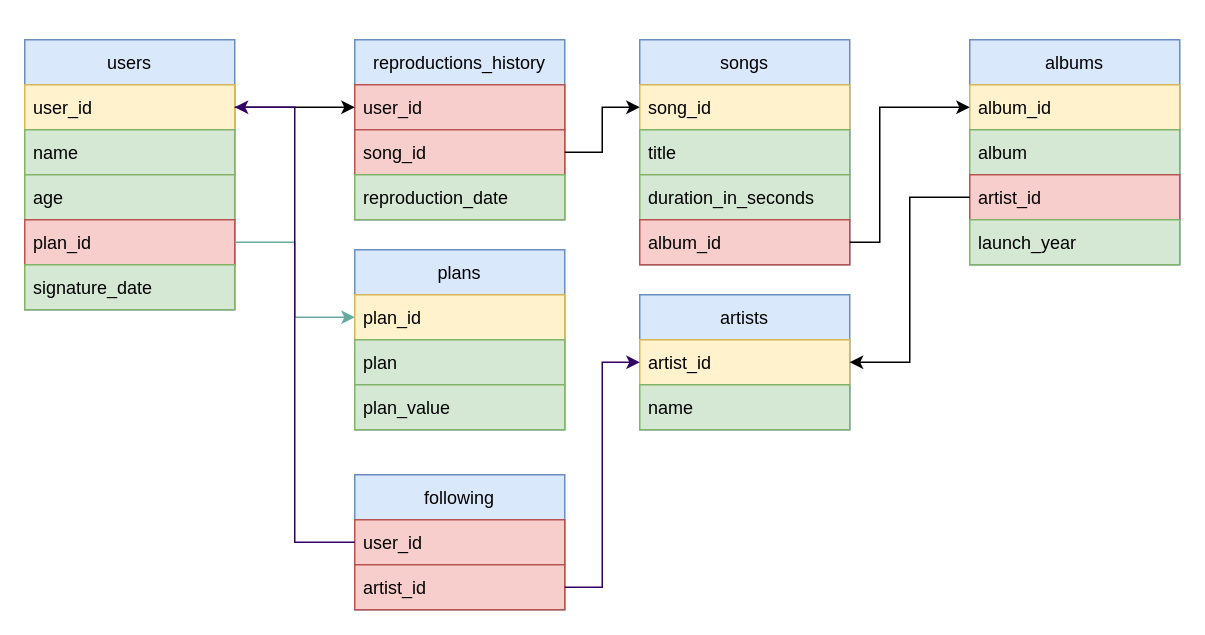
breno5g/trybe-exercicios keeps this draw.io diagram as back-end/bloco-21-funcoes-sql-joins-e-normalizacao/dia-3-transformando-ideias-em-um-modelo-de-banco-de-dados/spotify_database_normalized.drawio. Above is the earlier version. Source tidied: cells renumbered, new cells numbered last; positions are measured from the earlier drawing's top-left corner, leaving out a move shared by most shapes. Both pictures are drawn from the tidied source at 150%, with x=0, y=0 at pixel (24, 39).
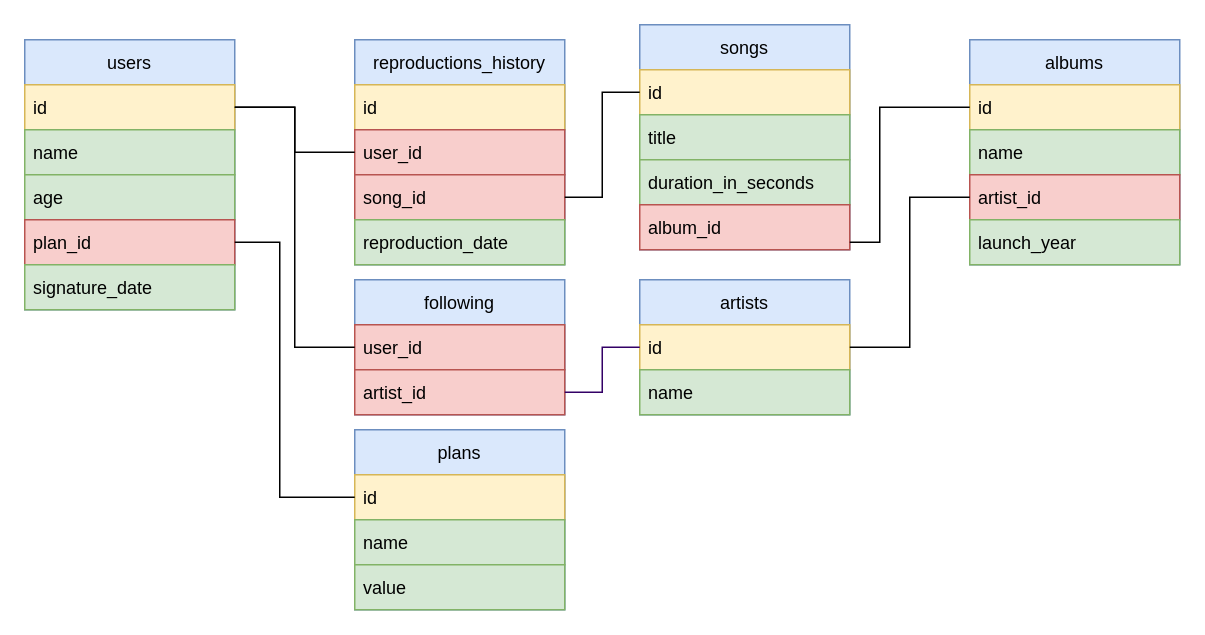
The same diagram, later.

The change refers to these unchanged cells:
```xml
<mxCell id="2" value="users" style="swimlane;fontStyle=0;horizontal=1;startSize=30;fillColor=#dae8fc;strokeColor=#6c8ebf;" parent="1" vertex="1">
  <mxGeometry width="140" height="180" as="geometry" />
</mxCell>
<mxCell id="6" value="plan_id" style="text;strokeColor=#b85450;fillColor=#f8cecc;align=left;verticalAlign=middle;spacingLeft=4;spacingRight=4;overflow=hidden;points=[[0,0.5],[1,0.5]];portConstraint=eastwest;" parent="2" vertex="1">
  <mxGeometry y="120" width="140" height="30" as="geometry" />
</mxCell>
<mxCell id="22" value="album_id" style="text;strokeColor=#b85450;fillColor=#f8cecc;align=left;verticalAlign=middle;spacingLeft=4;spacingRight=4;overflow=hidden;points=[[0,0.5],[1,0.5]];portConstraint=eastwest;" parent="18" vertex="1">
  <mxGeometry y="120" width="140" height="30" as="geometry" />
</mxCell>
<mxCell id="24" value="albums" style="swimlane;fontStyle=0;horizontal=1;startSize=30;fillColor=#dae8fc;strokeColor=#6c8ebf;" parent="1" vertex="1">
  <mxGeometry x="630" width="140" height="150" as="geometry" />
</mxCell>
<mxCell id="27" value="artist_id" style="text;strokeColor=#b85450;fillColor=#f8cecc;align=left;verticalAlign=middle;spacingLeft=4;spacingRight=4;overflow=hidden;points=[[0,0.5],[1,0.5]];portConstraint=eastwest;" parent="24" vertex="1">
  <mxGeometry y="90" width="140" height="30" as="geometry" />
</mxCell>
<mxCell id="35" value="user_id" style="text;strokeColor=#b85450;fillColor=#f8cecc;align=left;verticalAlign=middle;spacingLeft=4;spacingRight=4;overflow=hidden;points=[[0,0.5],[1,0.5]];portConstraint=eastwest;" parent="34" vertex="1">
  <mxGeometry y="30" width="140" height="30" as="geometry" />
</mxCell>
<mxCell id="36" value="artist_id" style="text;strokeColor=#b85450;fillColor=#f8cecc;align=left;verticalAlign=middle;spacingLeft=4;spacingRight=4;overflow=hidden;points=[[0,0.5],[1,0.5]];portConstraint=eastwest;" parent="34" vertex="1">
  <mxGeometry y="60" width="140" height="30" as="geometry" />
</mxCell>
```

The edit, as a diff of the source:
```diff
@@
-    <mxCell id="3" value="user_id" style="text;strokeColor=#d6b656;fillColor=#fff2cc;align=left;verticalAlign=middle;spacingLeft=4;spacingRight=4;overflow=hidden;points=[[0,0.5],[1,0.5]];portConstraint=eastwest;" parent="2" vertex="1">
+    <mxCell id="3" value="id" style="text;strokeColor=#d6b656;fillColor=#fff2cc;align=left;verticalAlign=middle;spacingLeft=4;spacingRight=4;overflow=hidden;points=[[0,0.5],[1,0.5]];portConstraint=eastwest;" parent="2" vertex="1">
       <mxGeometry y="30" width="140" height="30" as="geometry" />
     </mxCell>
@@
     <mxCell id="8" value="plans" style="swimlane;fontStyle=0;horizontal=1;startSize=30;fillColor=#dae8fc;strokeColor=#6c8ebf;" parent="1" vertex="1">
-      <mxGeometry x="220" y="140" width="140" height="120" as="geometry" />
+      <mxGeometry x="220" y="260" width="140" height="120" as="geometry" />
     </mxCell>
-    <mxCell id="9" value="plan_id" style="text;strokeColor=#d6b656;fillColor=#fff2cc;align=left;verticalAlign=middle;spacingLeft=4;spacingRight=4;overflow=hidden;points=[[0,0.5],[1,0.5]];portConstraint=eastwest;" parent="8" vertex="1">
+    <mxCell id="9" value="id" style="text;strokeColor=#d6b656;fillColor=#fff2cc;align=left;verticalAlign=middle;spacingLeft=4;spacingRight=4;overflow=hidden;points=[[0,0.5],[1,0.5]];portConstraint=eastwest;" parent="8" vertex="1">
       <mxGeometry y="30" width="140" height="30" as="geometry" />
     </mxCell>
-    <mxCell id="10" value="plan" style="text;strokeColor=#82b366;fillColor=#d5e8d4;align=left;verticalAlign=middle;spacingLeft=4;spacingRight=4;overflow=hidden;" parent="8" vertex="1">
+    <mxCell id="10" value="name" style="text;strokeColor=#82b366;fillColor=#d5e8d4;align=left;verticalAlign=middle;spacingLeft=4;spacingRight=4;overflow=hidden;" parent="8" vertex="1">
       <mxGeometry y="60" width="140" height="30" as="geometry" />
     </mxCell>
-    <mxCell id="11" value="plan_value" style="text;strokeColor=#82b366;fillColor=#d5e8d4;align=left;verticalAlign=middle;spacingLeft=4;spacingRight=4;overflow=hidden;" parent="8" vertex="1">
+    <mxCell id="11" value="value" style="text;strokeColor=#82b366;fillColor=#d5e8d4;align=left;verticalAlign=middle;spacingLeft=4;spacingRight=4;overflow=hidden;" parent="8" vertex="1">
       <mxGeometry y="90" width="140" height="30" as="geometry" />
     </mxCell>
-    <mxCell id="12" style="edgeStyle=orthogonalEdgeStyle;rounded=0;jettySize=auto;html=1;entryX=0;entryY=0.5;entryDx=0;entryDy=0;strokeColor=#67AB9F;" parent="1" edge="1" source="6" target="9">
-      <mxGeometry relative="1" as="geometry" />
+    <mxCell id="12" style="edgeStyle=orthogonalEdgeStyle;rounded=0;jettySize=auto;html=1;entryX=0;entryY=0.5;entryDx=0;entryDy=0;strokeColor=#000000;endArrow=none;endFill=0;" parent="1" edge="1" source="6" target="9">
+      <mxGeometry relative="1" as="geometry">
+        <Array as="points">
+          <mxPoint x="170" y="135" />
+          <mxPoint x="170" y="305" />
+        </Array>
+      </mxGeometry>
     </mxCell>
     <mxCell id="13" value="reproductions_history" style="swimlane;fontStyle=0;horizontal=1;startSize=30;fillColor=#dae8fc;strokeColor=#6c8ebf;" parent="1" vertex="1">
-      <mxGeometry x="220" width="140" height="120" as="geometry" />
+      <mxGeometry x="220" width="140" height="150" as="geometry" />
     </mxCell>
+    <mxCell id="39" value="id" style="text;strokeColor=#d6b656;fillColor=#fff2cc;align=left;verticalAlign=middle;spacingLeft=4;spacingRight=4;overflow=hidden;" parent="13" vertex="1">
+      <mxGeometry y="30" width="140" height="30" as="geometry" />
+    </mxCell>
     <mxCell id="14" value="user_id" style="text;strokeColor=#b85450;fillColor=#f8cecc;align=left;verticalAlign=middle;spacingLeft=4;spacingRight=4;overflow=hidden;points=[[0,0.5],[1,0.5]];portConstraint=eastwest;" parent="13" vertex="1">
-      <mxGeometry y="30" width="140" height="30" as="geometry" />
+      <mxGeometry y="60" width="140" height="30" as="geometry" />
     </mxCell>
     <mxCell id="15" value="song_id" style="text;strokeColor=#b85450;fillColor=#f8cecc;align=left;verticalAlign=middle;spacingLeft=4;spacingRight=4;overflow=hidden;points=[[0,0.5],[1,0.5]];portConstraint=eastwest;" parent="13" vertex="1">
-      <mxGeometry y="60" width="140" height="30" as="geometry" />
+      <mxGeometry y="90" width="140" height="30" as="geometry" />
     </mxCell>
     <mxCell id="16" value="reproduction_date" style="text;strokeColor=#82b366;fillColor=#d5e8d4;align=left;verticalAlign=middle;spacingLeft=4;spacingRight=4;overflow=hidden;" parent="13" vertex="1">
-      <mxGeometry y="90" width="140" height="30" as="geometry" />
+      <mxGeometry y="120" width="140" height="30" as="geometry" />
     </mxCell>
-    <mxCell id="17" style="edgeStyle=orthogonalEdgeStyle;rounded=0;jettySize=auto;html=1;entryX=0;entryY=0.5;entryDx=0;entryDy=0;" parent="1" edge="1" source="3" target="14">
+    <mxCell id="17" style="edgeStyle=orthogonalEdgeStyle;rounded=0;jettySize=auto;html=1;entryX=0;entryY=0.5;entryDx=0;entryDy=0;strokeColor=default;endArrow=none;endFill=0;" parent="1" edge="1" source="3" target="14">
       <mxGeometry relative="1" as="geometry" />
     </mxCell>
     <mxCell id="18" value="songs" style="swimlane;fontStyle=0;horizontal=1;startSize=30;fillColor=#dae8fc;strokeColor=#6c8ebf;" parent="1" vertex="1">
-      <mxGeometry x="410" width="140" height="150" as="geometry" />
+      <mxGeometry x="410" y="-10" width="140" height="150" as="geometry" />
     </mxCell>
-    <mxCell id="19" value="song_id" style="text;strokeColor=#d6b656;fillColor=#fff2cc;align=left;verticalAlign=middle;spacingLeft=4;spacingRight=4;overflow=hidden;points=[[0,0.5],[1,0.5]];portConstraint=eastwest;" parent="18" vertex="1">
+    <mxCell id="19" value="id" style="text;strokeColor=#d6b656;fillColor=#fff2cc;align=left;verticalAlign=middle;spacingLeft=4;spacingRight=4;overflow=hidden;points=[[0,0.5],[1,0.5]];portConstraint=eastwest;" parent="18" vertex="1">
       <mxGeometry y="30" width="140" height="30" as="geometry" />
     </mxCell>
@@
-    <mxCell id="23" style="edgeStyle=orthogonalEdgeStyle;rounded=0;jettySize=auto;html=1;entryX=0;entryY=0.5;entryDx=0;entryDy=0;" parent="1" edge="1" source="15" target="19">
+    <mxCell id="23" style="edgeStyle=orthogonalEdgeStyle;rounded=0;jettySize=auto;html=1;entryX=0;entryY=0.5;entryDx=0;entryDy=0;endArrow=none;endFill=0;" parent="1" edge="1" source="15" target="19">
       <mxGeometry relative="1" as="geometry" />
     </mxCell>
@@
-    <mxCell id="25" value="album_id" style="text;strokeColor=#d6b656;fillColor=#fff2cc;align=left;verticalAlign=middle;spacingLeft=4;spacingRight=4;overflow=hidden;points=[[0,0.5],[1,0.5]];portConstraint=eastwest;" parent="24" vertex="1">
+    <mxCell id="25" value="id" style="text;strokeColor=#d6b656;fillColor=#fff2cc;align=left;verticalAlign=middle;spacingLeft=4;spacingRight=4;overflow=hidden;points=[[0,0.5],[1,0.5]];portConstraint=eastwest;" parent="24" vertex="1">
       <mxGeometry y="30" width="140" height="30" as="geometry" />
     </mxCell>
-    <mxCell id="26" value="album" style="text;strokeColor=#82b366;fillColor=#d5e8d4;align=left;verticalAlign=middle;spacingLeft=4;spacingRight=4;overflow=hidden;" parent="24" vertex="1">
+    <mxCell id="26" value="name" style="text;strokeColor=#82b366;fillColor=#d5e8d4;align=left;verticalAlign=middle;spacingLeft=4;spacingRight=4;overflow=hidden;" parent="24" vertex="1">
       <mxGeometry y="60" width="140" height="30" as="geometry" />
     </mxCell>
@@
-    <mxCell id="29" style="edgeStyle=orthogonalEdgeStyle;rounded=0;jettySize=auto;html=1;entryX=0;entryY=0.5;entryDx=0;entryDy=0;" parent="1" edge="1" source="22" target="25">
+    <mxCell id="29" style="edgeStyle=orthogonalEdgeStyle;rounded=0;jettySize=auto;html=1;entryX=0;entryY=0.5;entryDx=0;entryDy=0;endArrow=none;endFill=0;" parent="1" edge="1" source="22" target="25">
       <mxGeometry relative="1" as="geometry">
         <Array as="points">
           <mxPoint x="570" y="135" />
           <mxPoint x="570" y="45" />
         </Array>
       </mxGeometry>
     </mxCell>
     <mxCell id="30" value="artists" style="swimlane;fontStyle=0;horizontal=1;startSize=30;fillColor=#dae8fc;strokeColor=#6c8ebf;" parent="1" vertex="1">
-      <mxGeometry x="410" y="170" width="140" height="90" as="geometry" />
+      <mxGeometry x="410" y="160" width="140" height="90" as="geometry" />
     </mxCell>
-    <mxCell id="31" value="artist_id" style="text;strokeColor=#d6b656;fillColor=#fff2cc;align=left;verticalAlign=middle;spacingLeft=4;spacingRight=4;overflow=hidden;points=[[0,0.5],[1,0.5]];portConstraint=eastwest;" parent="30" vertex="1">
+    <mxCell id="31" value="id" style="text;strokeColor=#d6b656;fillColor=#fff2cc;align=left;verticalAlign=middle;spacingLeft=4;spacingRight=4;overflow=hidden;points=[[0,0.5],[1,0.5]];portConstraint=eastwest;" parent="30" vertex="1">
       <mxGeometry y="30" width="140" height="30" as="geometry" />
     </mxCell>
@@
-    <mxCell id="33" style="edgeStyle=orthogonalEdgeStyle;rounded=0;jettySize=auto;html=1;entryX=1;entryY=0.5;entryDx=0;entryDy=0;" parent="1" edge="1" source="27" target="30">
+    <mxCell id="33" style="edgeStyle=orthogonalEdgeStyle;rounded=0;jettySize=auto;html=1;entryX=1;entryY=0.5;entryDx=0;entryDy=0;endArrow=none;endFill=0;" parent="1" edge="1" source="27" target="30">
       <mxGeometry relative="1" as="geometry" />
     </mxCell>
     <mxCell id="34" value="following" style="swimlane;fontStyle=0;horizontal=1;startSize=30;fillColor=#dae8fc;strokeColor=#6c8ebf;" parent="1" vertex="1">
-      <mxGeometry x="220" y="290" width="140" height="90" as="geometry" />
+      <mxGeometry x="220" y="160" width="140" height="90" as="geometry" />
     </mxCell>
@@
-    <mxCell id="37" style="edgeStyle=orthogonalEdgeStyle;rounded=0;jettySize=auto;html=1;entryX=1;entryY=0.5;entryDx=0;entryDy=0;strokeColor=#330066;" parent="1" edge="1" source="35" target="3">
-      <mxGeometry relative="1" as="geometry" />
-    </mxCell>
-    <mxCell id="38" style="edgeStyle=orthogonalEdgeStyle;rounded=0;jettySize=auto;html=1;entryX=0;entryY=0.5;entryDx=0;entryDy=0;strokeColor=#330066;" parent="1" edge="1" source="36" target="31">
+    <mxCell id="38" style="edgeStyle=orthogonalEdgeStyle;rounded=0;jettySize=auto;html=1;entryX=0;entryY=0.5;entryDx=0;entryDy=0;strokeColor=#330066;endArrow=none;endFill=0;" parent="1" edge="1" source="36" target="31">
       <mxGeometry relative="1" as="geometry" />
     </mxCell>
+    <mxCell id="40" style="edgeStyle=orthogonalEdgeStyle;rounded=0;jettySize=auto;html=1;entryX=0;entryY=0.5;entryDx=0;entryDy=0;strokeColor=#000000;endArrow=none;endFill=0;" parent="1" edge="1" source="3" target="35">
+      <mxGeometry relative="1" as="geometry" />
+    </mxCell>
```
